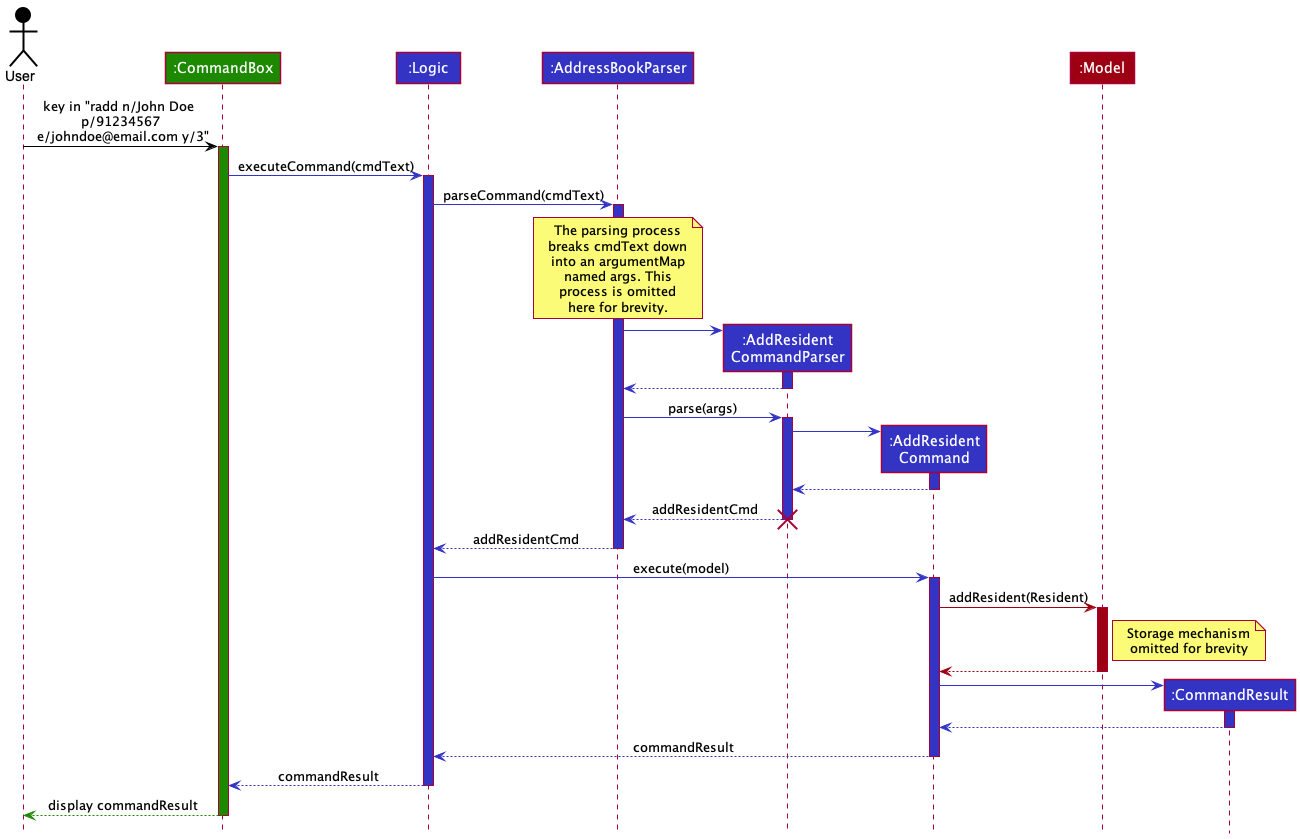
Before: docs/images/resident/AddResidentCommandSeqDiagram.png, a diagram exported from PlantUML (nus-cs2103-AY2021S2/tp). Source of this version:
```plantuml
@startuml
!include ../style.puml

Actor User as user USER_COLOR
Participant ":CommandBox" as ui UI_COLOR
Participant ":Logic" as logic LOGIC_COLOR
Participant ":AddressBookParser" as abParser LOGIC_COLOR
Participant ":AddResident\nCommandParser" as arcParser LOGIC_COLOR
Participant ":AddResident\nCommand" as addResidentCmd LOGIC_COLOR
Participant ":Model" as model MODEL_COLOR
Participant ":CommandResult" as cmdResult LOGIC_COLOR


user -[USER_COLOR]> ui: key in "radd n/John Doe \n p/91234567 \n e/johndoe@email.com y/3"
activate ui UI_COLOR

ui -[LOGIC_COLOR]> logic: executeCommand(cmdText)
activate logic LOGIC_COLOR

logic -[LOGIC_COLOR]> abParser: parseCommand(cmdText)
activate abParser LOGIC_COLOR

note over abParser
The parsing process
breaks cmdText down
into an argumentMap
named args. This
process is omitted
here for brevity.
end note

abParser -[LOGIC_COLOR]> arcParser **:
activate arcParser LOGIC_COLOR
return

abParser -[LOGIC_COLOR]> arcParser: parse(args)
activate arcParser LOGIC_COLOR
arcParser -[LOGIC_COLOR]> addResidentCmd**:
activate addResidentCmd LOGIC_COLOR
return

return addResidentCmd
destroy arcParser
return addResidentCmd

logic -[LOGIC_COLOR]> addResidentCmd: execute(model)
activate addResidentCmd LOGIC_COLOR
addResidentCmd -[MODEL_COLOR]> model: addResident(Resident)
activate model MODEL_COLOR
note right of model
Storage mechanism
omitted for brevity
end note
return

addResidentCmd -[LOGIC_COLOR]> cmdResult**:
activate cmdResult LOGIC_COLOR
return

return commandResult
return commandResult

ui --[UI_COLOR]> user: display commandResult
deactivate

@enduml
```
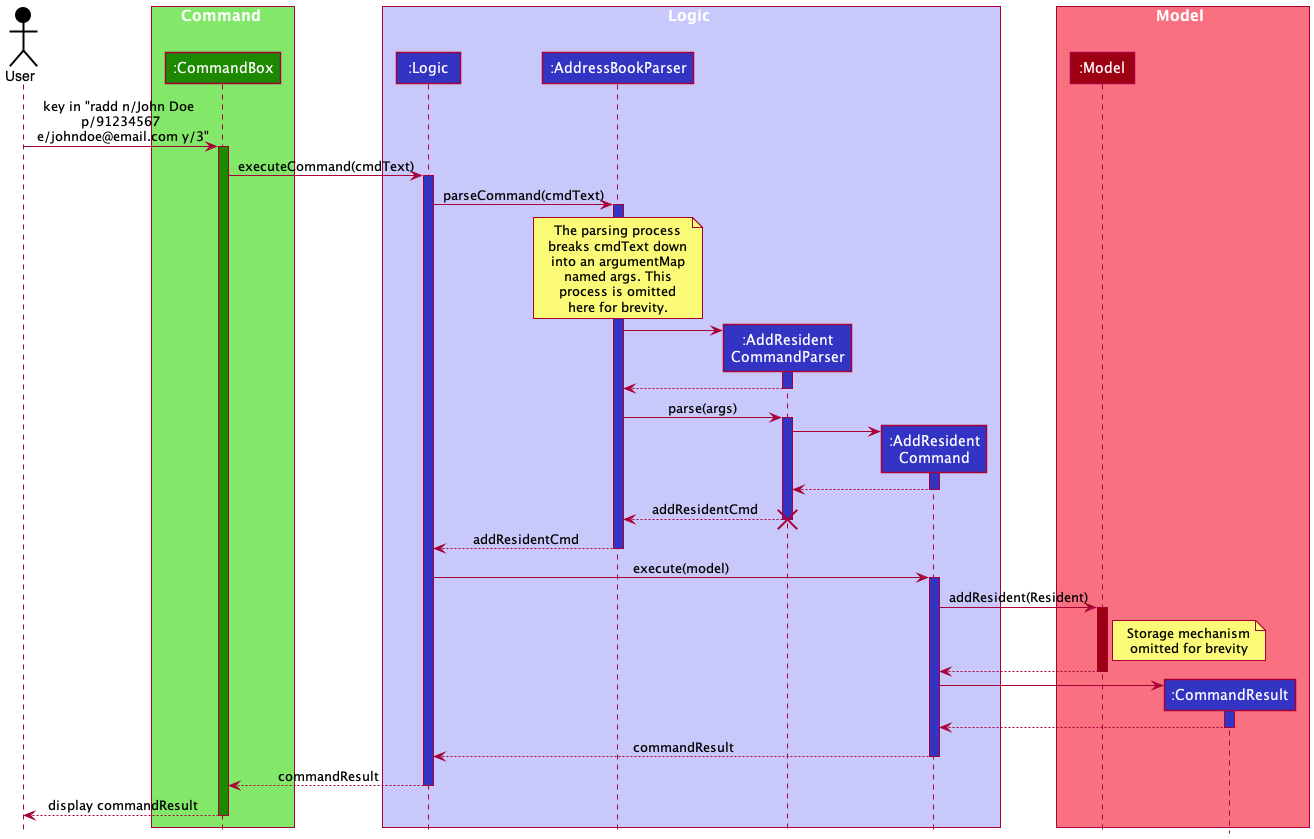
Later version of the same file.

Commit message:
Docs: Add colored boxes

Change to the diagram source:
```diff
@@ -2,22 +2,27 @@
 !include ../style.puml
 
 Actor User as user USER_COLOR
+box Command UI_COLOR_T1
 Participant ":CommandBox" as ui UI_COLOR
+end box
+box Logic LOGIC_COLOR_T1
 Participant ":Logic" as logic LOGIC_COLOR
 Participant ":AddressBookParser" as abParser LOGIC_COLOR
 Participant ":AddResident\nCommandParser" as arcParser LOGIC_COLOR
 Participant ":AddResident\nCommand" as addResidentCmd LOGIC_COLOR
+end box
+box Model MODEL_COLOR_T1
 Participant ":Model" as model MODEL_COLOR
 Participant ":CommandResult" as cmdResult LOGIC_COLOR
 
 
-user -[USER_COLOR]> ui: key in "radd n/John Doe \n p/91234567 \n e/johndoe@email.com y/3"
+user -> ui: key in "radd n/John Doe \n p/91234567 \n e/johndoe@email.com y/3"
 activate ui UI_COLOR
 
-ui -[LOGIC_COLOR]> logic: executeCommand(cmdText)
+ui -> logic: executeCommand(cmdText)
 activate logic LOGIC_COLOR
 
-logic -[LOGIC_COLOR]> abParser: parseCommand(cmdText)
+logic -> abParser: parseCommand(cmdText)
 activate abParser LOGIC_COLOR
 
 note over abParser
@@ -29,13 +34,13 @@
 here for brevity.
 end note
 
-abParser -[LOGIC_COLOR]> arcParser **:
+abParser -> arcParser **:
 activate arcParser LOGIC_COLOR
 return
 
-abParser -[LOGIC_COLOR]> arcParser: parse(args)
+abParser -> arcParser: parse(args)
 activate arcParser LOGIC_COLOR
-arcParser -[LOGIC_COLOR]> addResidentCmd**:
+arcParser -> addResidentCmd**:
 activate addResidentCmd LOGIC_COLOR
 return
 
@@ -43,9 +48,9 @@
 destroy arcParser
 return addResidentCmd
 
-logic -[LOGIC_COLOR]> addResidentCmd: execute(model)
+logic -> addResidentCmd: execute(model)
 activate addResidentCmd LOGIC_COLOR
-addResidentCmd -[MODEL_COLOR]> model: addResident(Resident)
+addResidentCmd -> model: addResident(Resident)
 activate model MODEL_COLOR
 note right of model
 Storage mechanism
@@ -53,14 +58,14 @@
 end note
 return
 
-addResidentCmd -[LOGIC_COLOR]> cmdResult**:
+addResidentCmd -> cmdResult**:
 activate cmdResult LOGIC_COLOR
 return
 
 return commandResult
 return commandResult
 
-ui --[UI_COLOR]> user: display commandResult
+ui --> user: display commandResult
 deactivate
 
 @enduml
```
